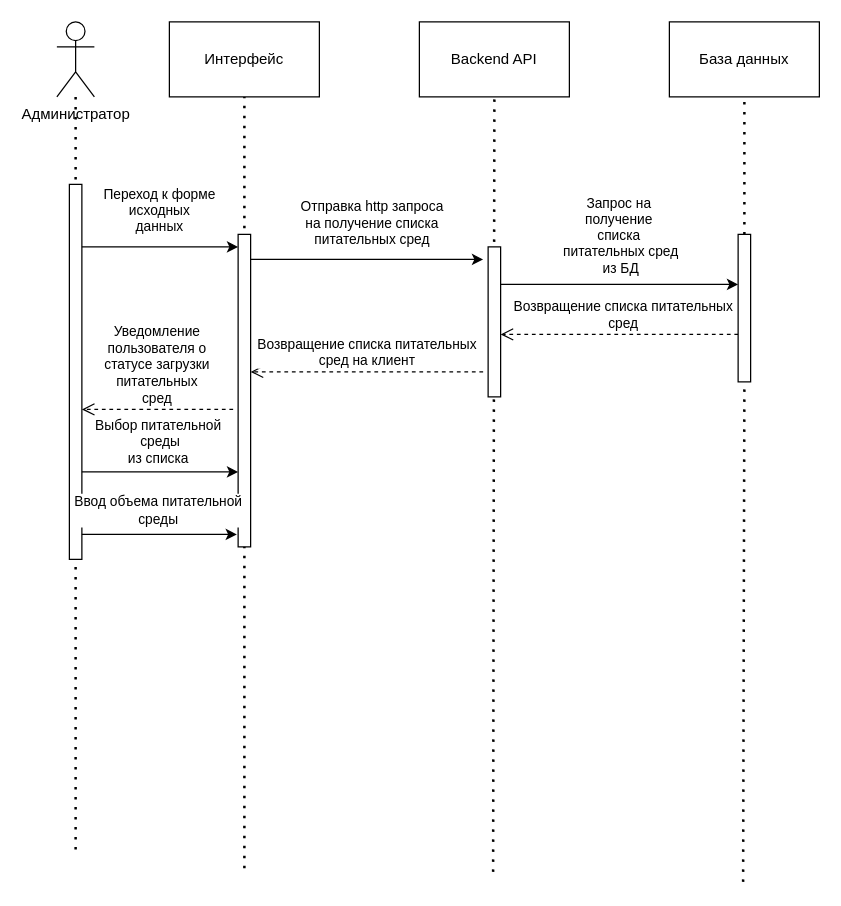
The draw.io diagram sequence_input-calculate.drawio in eva01pilot/plant-tissue-diagrams, before the edit. Source tidied: cells renumbered, new cells numbered last; positions are measured from the earlier drawing's top-left corner, leaving out a move shared by most shapes. Both pictures are drawn from the tidied source at 125%, with x=0, y=0 at pixel (56, 21).
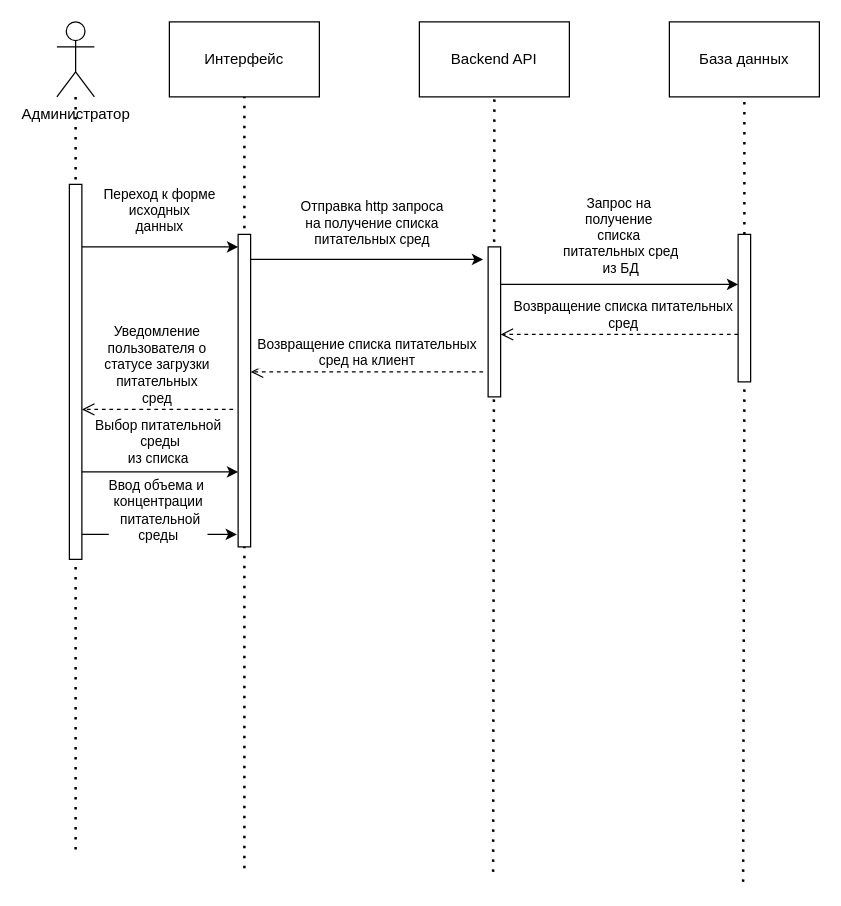
The same diagram, later.

The change refers to these unchanged cells:
```xml
<mxCell id="24" style="endArrow=classic;html=1;rounded=0;exitX=1.1;exitY=0.718;exitDx=0;exitDy=0;exitPerimeter=0;" parent="1" edge="1">
  <mxGeometry relative="1" as="geometry">
    <mxPoint x="20" y="410" as="sourcePoint" />
    <mxPoint x="144" y="410" as="targetPoint" />
  </mxGeometry>
</mxCell>
```

The edit, as a diff of the source:
```diff
@@
-    <mxCell id="25" value="&lt;div&gt;Ввод объема питательной&lt;/div&gt;&lt;div&gt;среды&lt;br&gt;&lt;/div&gt;" style="edgeLabel;html=1;align=center;verticalAlign=middle;" parent="24" vertex="1">
+    <mxCell id="25" value="&lt;div&gt;Ввод объема и&amp;nbsp;&lt;/div&gt;&lt;div&gt;концентрации&lt;/div&gt;&lt;div&gt;&amp;nbsp;питательной&lt;/div&gt;&lt;div&gt;среды&lt;br&gt;&lt;/div&gt;" style="edgeLabel;html=1;align=center;verticalAlign=middle;" parent="24" vertex="1">
       <mxGeometry x="-0.23" y="3" relative="1" as="geometry">
         <mxPoint x="12" y="-17" as="offset" />
       </mxGeometry>
     </mxCell>
```
